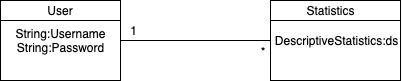
Before: documentation/analytica_class.png, a diagram exported from draw.io (MikaelTornwall/analytica). Source tidied: cells renumbered, new cells last; positions are measured from the earlier drawing's top-left corner, leaving out a move shared by most shapes. The source it was exported from:
```xml
<mxGraphModel>
  <root>
    <mxCell id="0" />
    <mxCell id="1" parent="0" />
    <mxCell id="2" style="rounded=0;whiteSpace=wrap;html=1;" parent="1" vertex="1">
      <mxGeometry width="120" height="80" as="geometry" />
    </mxCell>
    <mxCell id="3" style="rounded=0;orthogonalLoop=1;jettySize=auto;html=1;exitX=0;exitY=0.25;exitDx=0;exitDy=0;entryX=1;entryY=0.25;entryDx=0;entryDy=0;startArrow=none;startFill=0;endArrow=none;endFill=0;" parent="1" edge="1" source="2" target="2">
      <mxGeometry relative="1" as="geometry" />
    </mxCell>
    <mxCell id="4" value="User" style="text;html=1;strokeColor=none;fillColor=none;align=center;verticalAlign=middle;whiteSpace=wrap;rounded=0;" parent="1" vertex="1">
      <mxGeometry width="120" height="20" as="geometry" />
    </mxCell>
    <mxCell id="5" style="edgeStyle=none;rounded=0;jettySize=auto;html=1;exitX=1;exitY=0.5;exitDx=0;exitDy=0;entryX=0;entryY=0.5;entryDx=0;entryDy=0;startArrow=none;startFill=0;endArrow=none;endFill=0;" parent="1" edge="1" source="6" target="10">
      <mxGeometry relative="1" as="geometry" />
    </mxCell>
    <mxCell id="6" value="String:Username&lt;br&gt;String:Password" style="text;html=1;strokeColor=none;fillColor=none;align=center;verticalAlign=middle;whiteSpace=wrap;rounded=0;" parent="1" vertex="1">
      <mxGeometry y="20" width="120" height="40" as="geometry" />
    </mxCell>
    <mxCell id="7" style="rounded=0;whiteSpace=wrap;html=1;" parent="1" vertex="1">
      <mxGeometry x="270" width="130" height="80" as="geometry" />
    </mxCell>
    <mxCell id="8" style="rounded=0;orthogonalLoop=1;jettySize=auto;html=1;exitX=0;exitY=0.25;exitDx=0;exitDy=0;entryX=1;entryY=0.25;entryDx=0;entryDy=0;startArrow=none;startFill=0;endArrow=none;endFill=0;" parent="1" edge="1" source="7" target="7">
      <mxGeometry relative="1" as="geometry" />
    </mxCell>
    <mxCell id="9" value="Statistics" style="text;html=1;strokeColor=none;fillColor=none;align=center;verticalAlign=middle;whiteSpace=wrap;rounded=0;" parent="1" vertex="1">
      <mxGeometry x="270" width="120" height="20" as="geometry" />
    </mxCell>
    <mxCell id="10" value="DescriptiveStatistics:ds" style="text;html=1;strokeColor=none;fillColor=none;align=center;verticalAlign=middle;whiteSpace=wrap;rounded=0;" parent="1" vertex="1">
      <mxGeometry x="270" y="20" width="130" height="40" as="geometry" />
    </mxCell>
    <mxCell id="11" value="*" style="text;html=1;strokeColor=none;fillColor=none;align=center;verticalAlign=middle;whiteSpace=wrap;rounded=0;" parent="1" vertex="1">
      <mxGeometry x="250" y="41" width="23" height="20" as="geometry" />
    </mxCell>
    <mxCell id="12" value="1" style="text;html=1;strokeColor=none;fillColor=none;align=center;verticalAlign=middle;whiteSpace=wrap;rounded=0;" parent="1" vertex="1">
      <mxGeometry x="120" y="20" width="23" height="20" as="geometry" />
    </mxCell>
  </root>
</mxGraphModel>
```
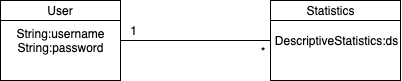
Above is the later version.

The edit, as a diff of the source:
```diff
@@ -14,7 +14,7 @@
     <mxCell id="5" style="edgeStyle=none;rounded=0;jettySize=auto;html=1;exitX=1;exitY=0.5;exitDx=0;exitDy=0;entryX=0;entryY=0.5;entryDx=0;entryDy=0;startArrow=none;startFill=0;endArrow=none;endFill=0;" parent="1" edge="1" source="6" target="10">
       <mxGeometry relative="1" as="geometry" />
     </mxCell>
-    <mxCell id="6" value="String:Username&lt;br&gt;String:Password" style="text;html=1;strokeColor=none;fillColor=none;align=center;verticalAlign=middle;whiteSpace=wrap;rounded=0;" parent="1" vertex="1">
+    <mxCell id="6" value="String:username&lt;br&gt;String:password" style="text;html=1;strokeColor=none;fillColor=none;align=center;verticalAlign=middle;whiteSpace=wrap;rounded=0;" parent="1" vertex="1">
       <mxGeometry y="20" width="120" height="40" as="geometry" />
     </mxCell>
     <mxCell id="7" style="rounded=0;whiteSpace=wrap;html=1;" parent="1" vertex="1">
```
